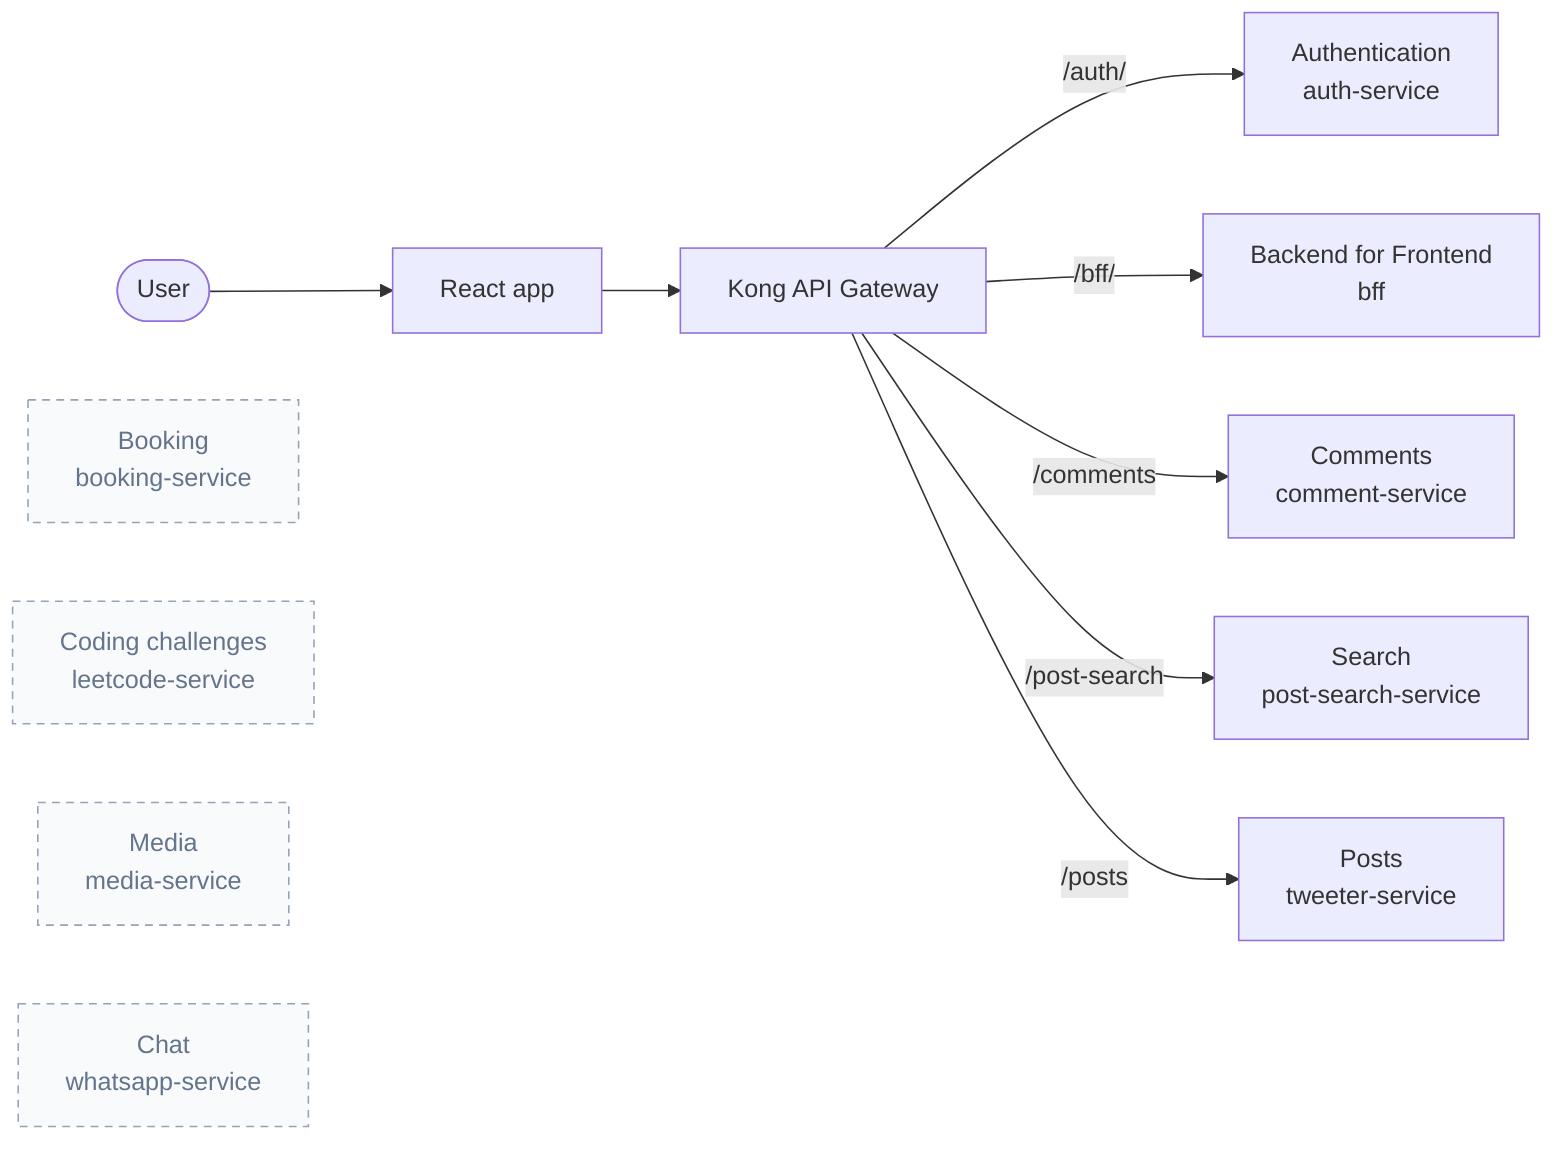
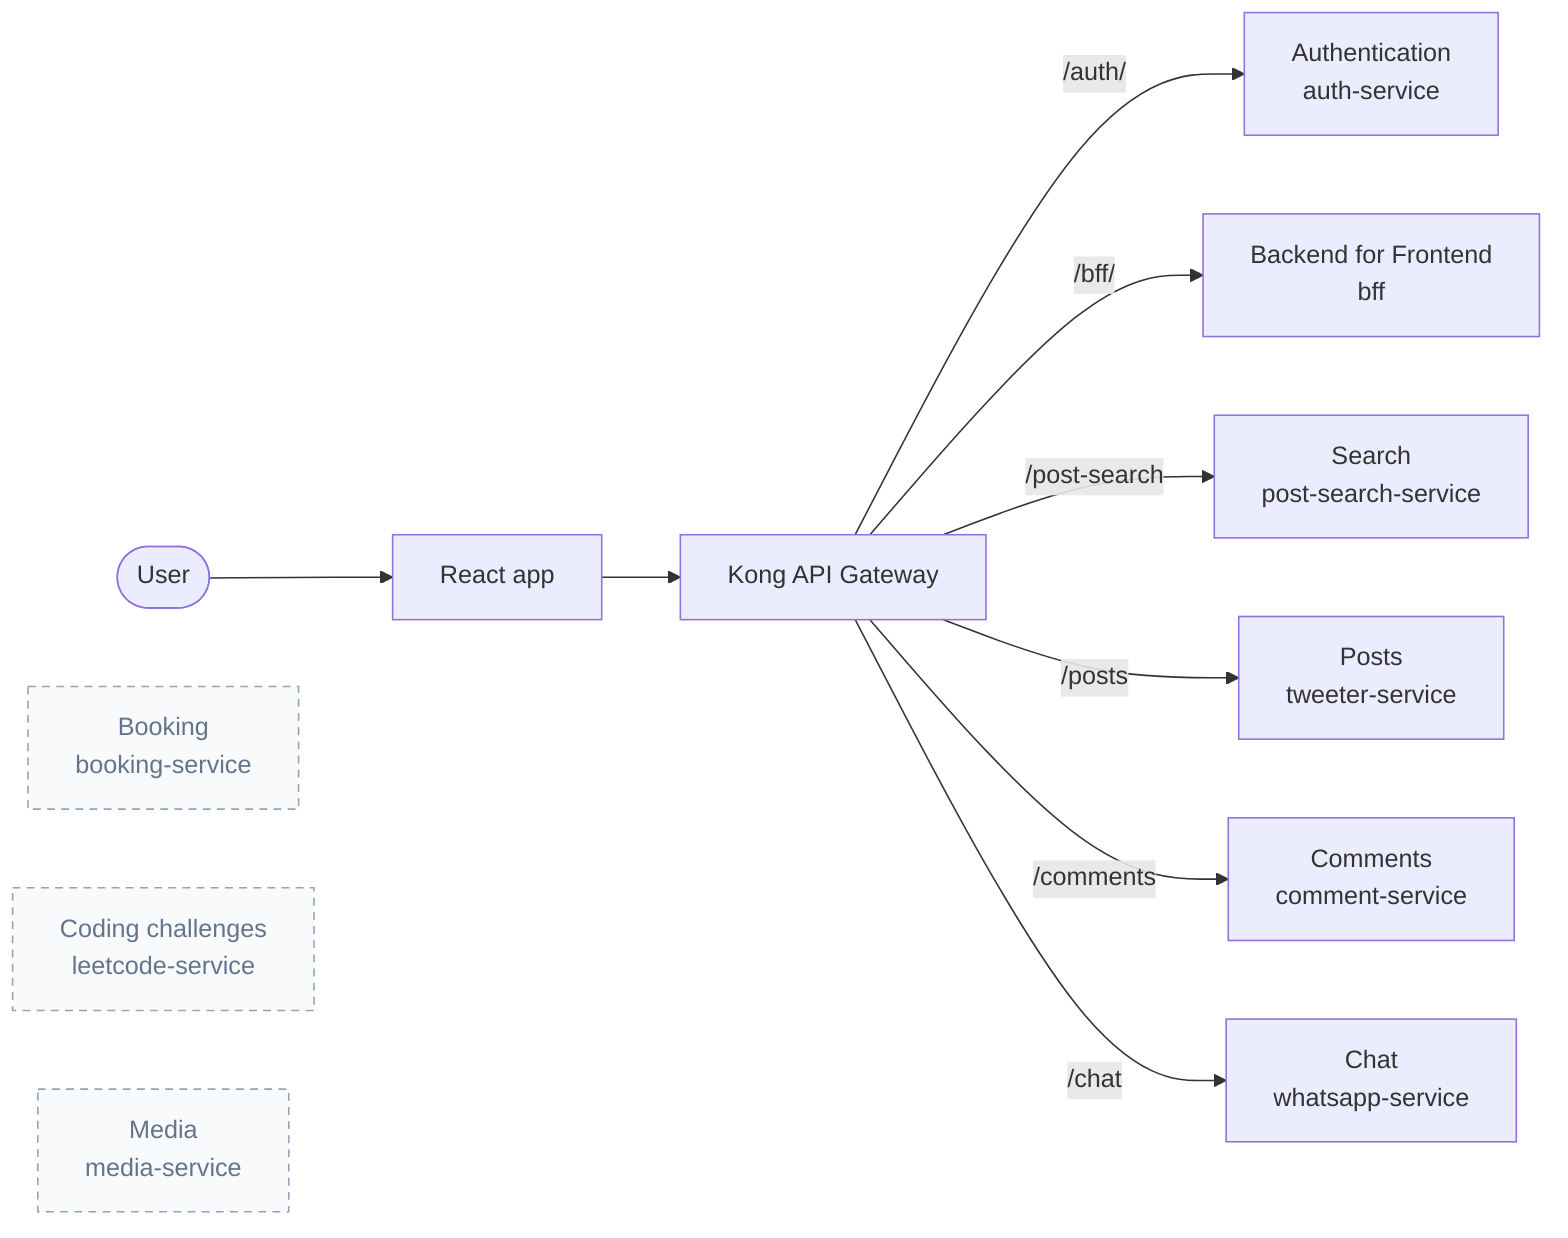
flowchart LR
  %% Gateway edges are selected services; dashed nodes are available scaffolding.
  N0(["User"])
  N1["React app"]
  N2["Kong API Gateway"]
  N3["Authentication<br/>auth-service"]
  N4["Backend for Frontend<br/>bff"]
  N5["Booking<br/>booking-service"]
  N6["Comments<br/>comment-service"]
  N7["Coding challenges<br/>leetcode-service"]
  N8["Media<br/>media-service"]
  N9["Search<br/>post-search-service"]
  N10["Posts<br/>tweeter-service"]
  N11["Chat<br/>whatsapp-service"]
  N0 --> N1
  N1 --> N2
  N2 -->|"/auth/"| N3
  N2 -->|"/bff/"| N4
-   N2 -->|"/comments"| N6
  N2 -->|"/post-search"| N9
  N2 -->|"/posts"| N10
+   N2 -->|"/comments"| N6
+   N2 -->|"/chat"| N11
  classDef available fill:#f8fafc,stroke:#94a3b8,stroke-dasharray:5 4,color:#64748b
-   class N5,N7,N8,N11 available
+   class N5,N7,N8 available
